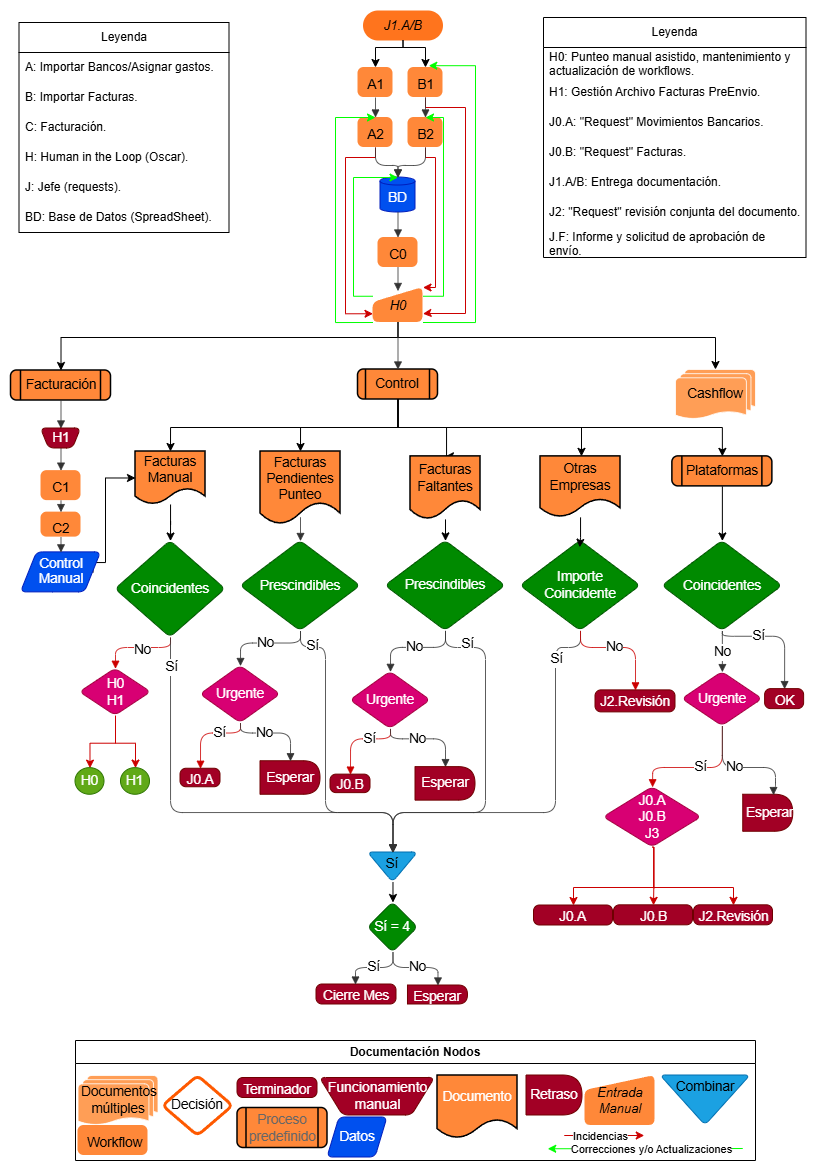
The draw.io diagram Apuntes/n8n/E2E/Flujo Datos.png in osarcuTech/TheoryTesting, before a commit. Source tidied: cells renumbered, new cells last; positions are measured from the earlier drawing's top-left corner, leaving out a move shared by most shapes.
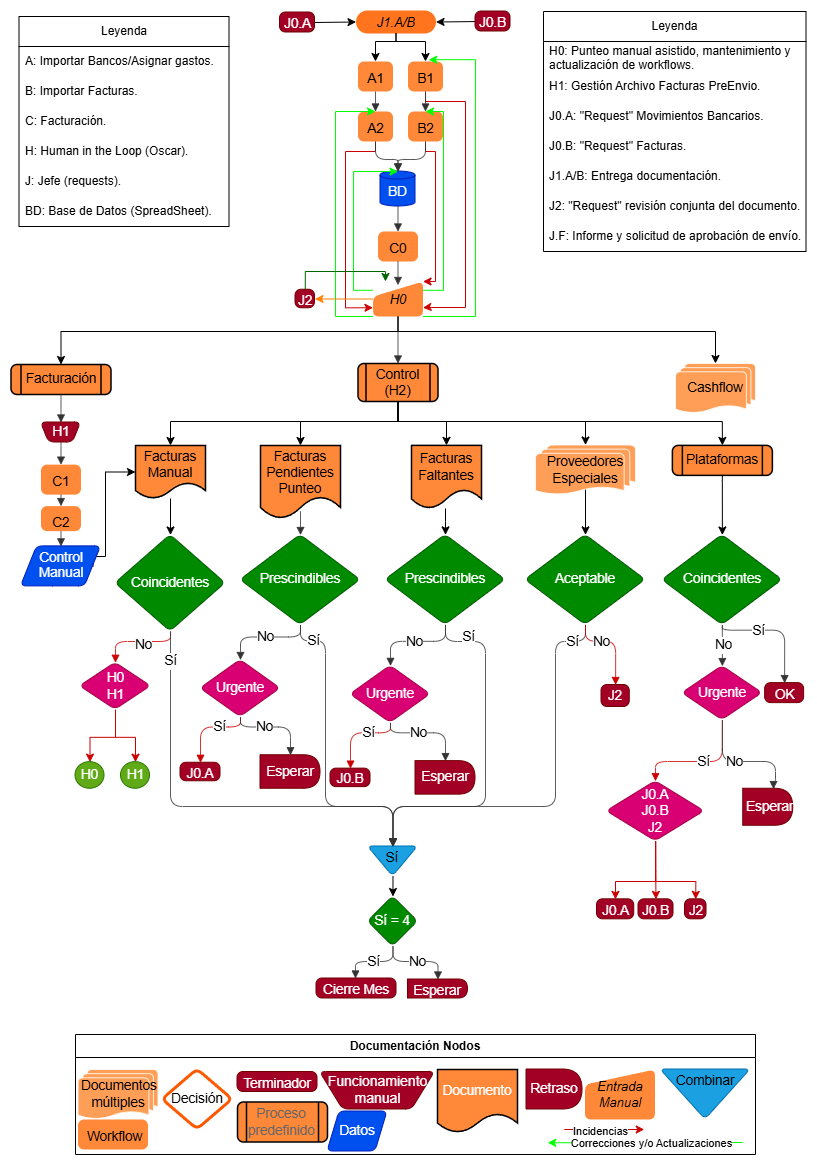
After the commit.

What changed in the source:
```diff
@@ -50,3 +50,3 @@
     <mxCell id="17" value="&lt;font style=&quot;color: light-dark(rgb(0, 0, 0), rgb(255, 255, 255));&quot;&gt;J1.A/B&lt;/font&gt;" style="html=1;overflow=block;blockSpacing=1;whiteSpace=wrap;rounded=1;arcSize=50;fontSize=13;fontColor=#ffffff;fontStyle=2;spacing=3.8;strokeOpacity=0;fillOpacity=100;fillColor=#ff741d;strokeWidth=0.8;lucidId=-.MDxyrSrIoQ;" parent="1" vertex="1">
-      <mxGeometry x="351.5" width="80" height="30" as="geometry" />
+      <mxGeometry x="344.5" y="6" width="80" height="23" as="geometry" />
     </mxCell>
@@ -124,2 +124,5 @@
     </mxCell>
+    <mxCell id="157" style="edgeStyle=orthogonalEdgeStyle;rounded=0;jettySize=auto;html=1;exitX=0;exitY=0.5;exitDx=0;exitDy=0;entryX=1;entryY=0.5;entryDx=0;entryDy=0;strokeColor=light-dark(#FF8000,#FF8000);" parent="1" edge="1" source="29" target="159">
+      <mxGeometry relative="1" as="geometry" />
+    </mxCell>
     <mxCell id="29" value="&lt;font style=&quot;color: light-dark(rgb(0, 0, 0), rgb(255, 255, 255));&quot;&gt;H0&lt;/font&gt;" style="html=1;overflow=block;blockSpacing=1;whiteSpace=wrap;shape=manualInput;size=15;fontSize=13;fontColor=#ffffff;fontStyle=2;spacing=3.8;strokeOpacity=0;fillOpacity=100;rounded=1;absoluteArcSize=1;arcSize=12;fillColor=#ff8839;strokeWidth=1.5;lucidId=HcW1woopYxNl;" parent="1" vertex="1">
@@ -146,3 +149,2 @@
           <mxPoint x="435" y="417" />
-          <mxPoint x="435" y="446" />
         </Array>
@@ -158,3 +160,3 @@
     </mxCell>
-    <mxCell id="35" style="edgeStyle=orthogonalEdgeStyle;rounded=0;jettySize=auto;html=1;exitX=0.5;exitY=1;exitDx=0;exitDy=0;entryX=0.5;entryY=0;entryDx=0;entryDy=0;" parent="1" edge="1" source="37" target="55">
+    <mxCell id="35" style="edgeStyle=orthogonalEdgeStyle;rounded=0;jettySize=auto;html=1;exitX=0.5;exitY=1;exitDx=0;exitDy=0;entryX=0.5;entryY=0;entryDx=0;entryDy=0;entryPerimeter=0;" parent="1" edge="1" source="37" target="165">
       <mxGeometry relative="1" as="geometry">
@@ -162,4 +164,3 @@
           <mxPoint x="387" y="417" />
-          <mxPoint x="570" y="417" />
-          <mxPoint x="570" y="446" />
+          <mxPoint x="574" y="417" />
         </Array>
@@ -175,4 +176,4 @@
     </mxCell>
-    <mxCell id="37" value="&lt;font style=&quot;color: light-dark(rgb(0, 0, 0), rgb(255, 255, 255));&quot;&gt;Control&lt;/font&gt;" style="html=1;overflow=block;blockSpacing=1;whiteSpace=wrap;shape=process;fontSize=13.5;fontColor=#666666;align=center;spacing=3.8;strokeOpacity=100;fillOpacity=100;rounded=1;absoluteArcSize=1;arcSize=12;fillColor=#ff8839;strokeWidth=1.5;lucidId=frW1qnWloYgw;" parent="1" vertex="1">
-      <mxGeometry x="346.5" y="359" width="80" height="30" as="geometry" />
+    <mxCell id="37" value="&lt;font style=&quot;color: light-dark(rgb(0, 0, 0), rgb(255, 255, 255));&quot;&gt;Control&lt;br&gt;(H2)&lt;/font&gt;" style="html=1;overflow=block;blockSpacing=1;whiteSpace=wrap;shape=process;fontSize=13.5;fontColor=#666666;align=center;spacing=3.8;strokeOpacity=100;fillOpacity=100;rounded=1;absoluteArcSize=1;arcSize=12;fillColor=#ff8839;strokeWidth=1.5;lucidId=frW1qnWloYgw;" parent="1" vertex="1">
+      <mxGeometry x="346.5" y="359" width="80" height="38" as="geometry" />
     </mxCell>
@@ -186,3 +187,3 @@
     <mxCell id="39" value="&lt;font style=&quot;color: light-dark(rgb(0, 0, 0), rgb(255, 255, 255));&quot;&gt;Plataformas&lt;/font&gt;" style="html=1;overflow=block;blockSpacing=1;whiteSpace=wrap;shape=process;fontSize=13.5;fontColor=#666666;align=center;spacing=3.8;strokeOpacity=100;fillOpacity=100;rounded=1;absoluteArcSize=1;arcSize=12;fillColor=#ff8839;strokeWidth=1.5;lucidId=psW1Kvg~i7yJ;" parent="1" vertex="1">
-      <mxGeometry x="660.9" y="445.9" width="100" height="30" as="geometry" />
+      <mxGeometry x="660.9" y="440.9" width="100" height="30" as="geometry" />
     </mxCell>
@@ -229,6 +230,11 @@
     <mxCell id="51" style="edgeStyle=orthogonalEdgeStyle;rounded=0;jettySize=auto;html=1;" parent="1" edge="1" source="52" target="72">
-      <mxGeometry relative="1" as="geometry" />
+      <mxGeometry relative="1" as="geometry">
+        <Array as="points">
+          <mxPoint x="434" y="517" />
+          <mxPoint x="434" y="517" />
+        </Array>
+      </mxGeometry>
     </mxCell>
     <mxCell id="52" value="&lt;font style=&quot;color: light-dark(rgb(0, 0, 0), rgb(255, 255, 255));&quot;&gt;Facturas &lt;br&gt;Faltantes&lt;/font&gt;" style="html=1;overflow=block;blockSpacing=1;whiteSpace=wrap;shape=document;boundedLbl=1;fontSize=13.5;fontColor=#666666;align=center;spacing=3.8;strokeOpacity=100;fillOpacity=100;rounded=1;absoluteArcSize=1;arcSize=12;fillColor=#ff8839;strokeWidth=1.5;lucidId=yDW1P-9DAZEy;" parent="1" vertex="1">
-      <mxGeometry x="399" y="445.9" width="70" height="63" as="geometry" />
+      <mxGeometry x="400" y="440.9" width="70" height="63" as="geometry" />
     </mxCell>
@@ -240,5 +246,2 @@
     </mxCell>
-    <mxCell id="55" value="&lt;font style=&quot;color: light-dark(rgb(0, 0, 0), rgb(255, 255, 255));&quot;&gt;Otras &lt;br&gt;Empresas&lt;/font&gt;" style="html=1;overflow=block;blockSpacing=1;whiteSpace=wrap;shape=document;boundedLbl=1;fontSize=13.5;fontColor=#666666;align=center;spacing=3.8;strokeOpacity=100;fillOpacity=100;rounded=1;absoluteArcSize=1;arcSize=12;fillColor=#ff8839;strokeWidth=1.5;lucidId=dEW1Szs8QE5p;" parent="1" vertex="1">
-      <mxGeometry x="529" y="445.9" width="80" height="61" as="geometry" />
-    </mxCell>
     <mxCell id="56" value="&lt;div style=&quot;display: flex; justify-content: center; text-align: center; align-items: baseline; line-height: 1.25; margin-top: -2px;&quot;&gt;&lt;span style=&quot;font-size: 13.5px;&quot;&gt;H1&lt;/span&gt;&lt;/div&gt;" style="html=1;overflow=block;blockSpacing=1;whiteSpace=wrap;shape=trapezoid;perimeter=trapezoidPerimeter;anchorPointDirection=0;flipV=1;fontSize=13;spacing=3.8;strokeColor=#6F0000;rounded=1;absoluteArcSize=1;arcSize=12;fillColor=#a20025;strokeWidth=NaN;lucidId=oKW1Ea5UY4b5;fontColor=#ffffff;" parent="1" vertex="1">
@@ -336,2 +339,3 @@
         <Array as="points">
+          <mxPoint x="434" y="620" />
           <mxPoint x="434" y="637" />
@@ -348,10 +352,7 @@
     </mxCell>
-    <mxCell id="77" value="Importe&lt;br&gt;Coincidente" style="html=1;overflow=block;blockSpacing=1;whiteSpace=wrap;rhombus;fontSize=13.5;align=center;spacing=3.8;strokeColor=#005700;rounded=1;absoluteArcSize=1;arcSize=12;fillColor=#008a00;strokeWidth=NaN;lucidId=HMW1gvUPRU_-;fontColor=#ffffff;" parent="1" vertex="1">
-      <mxGeometry x="509" y="530.4" width="120" height="90" as="geometry" />
+    <mxCell id="77" value="Aceptable" style="html=1;overflow=block;blockSpacing=1;whiteSpace=wrap;rhombus;fontSize=13.5;align=center;spacing=3.8;strokeColor=#005700;rounded=1;absoluteArcSize=1;arcSize=12;fillColor=#008a00;strokeWidth=NaN;lucidId=HMW1gvUPRU_-;fontColor=#ffffff;" parent="1" vertex="1">
+      <mxGeometry x="514" y="530.4" width="120" height="90" as="geometry" />
     </mxCell>
-    <mxCell id="78" style="edgeStyle=orthogonalEdgeStyle;rounded=0;jettySize=auto;html=1;entryX=0.493;entryY=0.071;entryDx=0;entryDy=0;entryPerimeter=0;" parent="1" edge="1" source="55" target="77">
-      <mxGeometry relative="1" as="geometry" />
-    </mxCell>
-    <mxCell id="79" value="J2.Revisión" style="html=1;overflow=block;blockSpacing=1;whiteSpace=wrap;fontSize=13.5;align=center;spacing=3.8;strokeColor=#6F0000;rounded=1;absoluteArcSize=1;arcSize=12;fillColor=light-dark(#A20025,#CC0000);strokeWidth=NaN;lucidId=WYW1-hWIxT65;fontColor=#ffffff;" parent="1" vertex="1">
-      <mxGeometry x="584" y="679.9" width="80" height="22" as="geometry" />
+    <mxCell id="79" value="J2" style="html=1;overflow=block;blockSpacing=1;whiteSpace=wrap;fontSize=13.5;align=center;spacing=3.8;strokeColor=#6F0000;rounded=1;absoluteArcSize=1;arcSize=12;fillColor=light-dark(#A20025,#CC0000);strokeWidth=NaN;lucidId=WYW1-hWIxT65;fontColor=#ffffff;" parent="1" vertex="1">
+      <mxGeometry x="590" y="680.5" width="28.2" height="22" as="geometry" />
     </mxCell>
@@ -360,3 +361,3 @@
         <Array as="points">
-          <mxPoint x="569" y="637" />
+          <mxPoint x="574" y="637" />
           <mxPoint x="544" y="637" />
@@ -369,3 +370,3 @@
       <mxGeometry relative="1" as="geometry">
-        <mxPoint x="1" y="-152" as="offset" />
+        <mxPoint x="16" y="-160" as="offset" />
       </mxGeometry>
@@ -375,4 +376,4 @@
         <Array as="points">
-          <mxPoint x="569" y="637" />
-          <mxPoint x="624" y="637" />
+          <mxPoint x="574" y="637" />
+          <mxPoint x="604" y="637" />
         </Array>
@@ -381,3 +382,5 @@
     <mxCell id="83" value="No" style="text;html=1;labelBackgroundColor=default;align=center;verticalAlign=middle;fontSize=13.5;" parent="82" vertex="1">
-      <mxGeometry x="-0.12" relative="1" as="geometry" />
+      <mxGeometry x="-0.12" relative="1" as="geometry">
+        <mxPoint x="-8" as="offset" />
+      </mxGeometry>
     </mxCell>
@@ -412,3 +415,4 @@
           <mxPoint x="711" y="757" />
-          <mxPoint x="641" y="757" />
+          <mxPoint x="644" y="757" />
+          <mxPoint x="644" y="777" />
         </Array>
@@ -421,8 +425,8 @@
     </mxCell>
-    <mxCell id="92" style="edgeStyle=orthogonalEdgeStyle;rounded=0;jettySize=auto;html=1;exitX=0.5;exitY=1;exitDx=0;exitDy=0;entryX=0.5;entryY=0;entryDx=0;entryDy=0;strokeColor=light-dark(#CC0000,#CC0000);fillColor=light-dark(#000000,#CC0000);" parent="1" edge="1" source="94" target="99">
+    <mxCell id="92" style="edgeStyle=orthogonalEdgeStyle;rounded=0;jettySize=auto;html=1;entryX=0.5;entryY=0;entryDx=0;entryDy=0;strokeColor=light-dark(#CC0000,#CC0000);fillColor=light-dark(#000000,#CC0000);exitX=0.5;exitY=1;exitDx=0;exitDy=0;" parent="1" edge="1" source="94" target="99">
       <mxGeometry relative="1" as="geometry">
         <Array as="points">
-          <mxPoint x="642.2" y="837" />
-          <mxPoint x="642.2" y="877" />
-          <mxPoint x="562.2" y="877" />
+          <mxPoint x="644" y="877" />
+          <mxPoint x="604" y="877" />
+          <mxPoint x="604" y="895" />
         </Array>
@@ -433,5 +437,4 @@
         <Array as="points">
-          <mxPoint x="642.2" y="837" />
-          <mxPoint x="642.2" y="877" />
-          <mxPoint x="722.2" y="877" />
+          <mxPoint x="644" y="877" />
+          <mxPoint x="684" y="877" />
         </Array>
@@ -439,4 +442,4 @@
     </mxCell>
-    <mxCell id="94" value="J0.A&lt;br&gt;J0.B&lt;br&gt;J3" style="html=1;overflow=block;blockSpacing=1;whiteSpace=wrap;rhombus;fontSize=13.5;align=center;spacing=3.8;strokeColor=#A50040;rounded=1;absoluteArcSize=1;arcSize=12;fillColor=#d80073;strokeWidth=NaN;lucidId=46W13qDdThRs;fontColor=#ffffff;" parent="1" vertex="1">
-      <mxGeometry x="592.2" y="776.8" width="97.8" height="60" as="geometry" />
+    <mxCell id="94" value="J0.A&lt;br&gt;J0.B&lt;br&gt;J2" style="html=1;overflow=block;blockSpacing=1;whiteSpace=wrap;rhombus;fontSize=13.5;align=center;spacing=3.8;strokeColor=#A50040;rounded=1;absoluteArcSize=1;arcSize=12;fillColor=#d80073;strokeWidth=NaN;lucidId=46W13qDdThRs;fontColor=#ffffff;" parent="1" vertex="1">
+      <mxGeometry x="595.2" y="776.8" width="97.8" height="60" as="geometry" />
     </mxCell>
@@ -468,9 +471,9 @@
     <mxCell id="99" value="J0.A" style="html=1;overflow=block;blockSpacing=1;whiteSpace=wrap;fontSize=13.5;align=center;spacing=3.8;strokeColor=#6F0000;rounded=1;absoluteArcSize=1;arcSize=12;fillColor=light-dark(#A20025,#CC0000);strokeWidth=NaN;lucidId=WYW1-hWIxT65;fontColor=#ffffff;" parent="1" vertex="1">
-      <mxGeometry x="522.5" y="895" width="79" height="20" as="geometry" />
+      <mxGeometry x="585.5" y="894.8" width="37.2" height="20" as="geometry" />
     </mxCell>
     <mxCell id="100" value="J0.B" style="html=1;overflow=block;blockSpacing=1;whiteSpace=wrap;fontSize=13.5;align=center;spacing=3.8;strokeColor=#6F0000;rounded=1;absoluteArcSize=1;arcSize=12;fillColor=light-dark(#A20025,#CC0000);strokeWidth=NaN;lucidId=WYW1-hWIxT65;fontColor=#ffffff;" parent="1" vertex="1">
-      <mxGeometry x="602.5" y="894.8" width="79" height="20" as="geometry" />
+      <mxGeometry x="627" y="894.8" width="35" height="20" as="geometry" />
     </mxCell>
-    <mxCell id="101" value="J2.Revisión" style="html=1;overflow=block;blockSpacing=1;whiteSpace=wrap;fontSize=13.5;align=center;spacing=3.8;strokeColor=#6F0000;rounded=1;absoluteArcSize=1;arcSize=12;fillColor=light-dark(#A20025,#CC0000);strokeWidth=NaN;lucidId=WYW1-hWIxT65;fontColor=#ffffff;" parent="1" vertex="1">
-      <mxGeometry x="682.5" y="894.8" width="79" height="20" as="geometry" />
+    <mxCell id="101" value="J2" style="html=1;overflow=block;blockSpacing=1;whiteSpace=wrap;fontSize=13.5;align=center;spacing=3.8;strokeColor=#6F0000;rounded=1;absoluteArcSize=1;arcSize=12;fillColor=light-dark(#A20025,#CC0000);strokeWidth=NaN;lucidId=WYW1-hWIxT65;fontColor=#ffffff;" parent="1" vertex="1">
+      <mxGeometry x="673.5" y="894.8" width="21.5" height="20" as="geometry" />
     </mxCell>
@@ -604,3 +607,3 @@
         <Array as="points">
-          <mxPoint x="392" y="37" />
+          <mxPoint x="384" y="37" />
           <mxPoint x="414" y="37" />
@@ -612,3 +615,3 @@
         <Array as="points">
-          <mxPoint x="392" y="37" />
+          <mxPoint x="384" y="37" />
           <mxPoint x="364" y="37" />
@@ -638,4 +641,4 @@
         <Array as="points">
-          <mxPoint x="642.2" y="837" />
-          <mxPoint x="642.2" y="878" />
+          <mxPoint x="644" y="867" />
+          <mxPoint x="645" y="867" />
         </Array>
@@ -732,2 +735,40 @@
     </mxCell>
+    <mxCell id="158" style="edgeStyle=orthogonalEdgeStyle;rounded=0;jettySize=auto;html=1;exitX=0.5;exitY=0;exitDx=0;exitDy=0;entryX=0.25;entryY=0;entryDx=0;entryDy=0;strokeColor=light-dark(#006600,#006600);" parent="1" edge="1" source="159" target="29">
+      <mxGeometry relative="1" as="geometry">
+        <Array as="points">
+          <mxPoint x="294" y="267" />
+          <mxPoint x="374" y="267" />
+        </Array>
+      </mxGeometry>
+    </mxCell>
+    <mxCell id="159" value="J2" style="html=1;overflow=block;blockSpacing=1;whiteSpace=wrap;fontSize=13.5;align=center;spacing=3.8;strokeColor=#6F0000;rounded=1;absoluteArcSize=1;arcSize=12;fillColor=light-dark(#A20025,#CC0000);strokeWidth=NaN;lucidId=WYW1-hWIxT65;fontColor=#ffffff;" parent="1" vertex="1">
+      <mxGeometry x="284" y="285.2" width="19.5" height="18.5" as="geometry" />
+    </mxCell>
+    <mxCell id="160" style="edgeStyle=orthogonalEdgeStyle;rounded=0;jettySize=auto;html=1;exitX=0;exitY=0.5;exitDx=0;exitDy=0;entryX=1;entryY=0.5;entryDx=0;entryDy=0;" parent="1" edge="1" source="161" target="17">
+      <mxGeometry relative="1" as="geometry">
+        <Array as="points">
+          <mxPoint x="469" y="17" />
+          <mxPoint x="464" y="17" />
+        </Array>
+      </mxGeometry>
+    </mxCell>
+    <mxCell id="161" value="J0.B" style="html=1;overflow=block;blockSpacing=1;whiteSpace=wrap;fontSize=13.5;align=center;spacing=3.8;strokeColor=#6F0000;rounded=1;absoluteArcSize=1;arcSize=12;fillColor=light-dark(#A20025,#CC0000);strokeWidth=NaN;lucidId=WYW1-hWIxT65;fontColor=#ffffff;" parent="1" vertex="1">
+      <mxGeometry x="464" y="7" width="35" height="20" as="geometry" />
+    </mxCell>
+    <mxCell id="162" style="edgeStyle=orthogonalEdgeStyle;rounded=0;jettySize=auto;html=1;exitX=1;exitY=0.5;exitDx=0;exitDy=0;entryX=0;entryY=0.5;entryDx=0;entryDy=0;" parent="1" edge="1" source="163" target="17">
+      <mxGeometry relative="1" as="geometry">
+        <Array as="points">
+          <mxPoint x="304" y="17" />
+        </Array>
+      </mxGeometry>
+    </mxCell>
+    <mxCell id="163" value="J0.A" style="html=1;overflow=block;blockSpacing=1;whiteSpace=wrap;fontSize=13.5;align=center;spacing=3.8;strokeColor=#6F0000;rounded=1;absoluteArcSize=1;arcSize=12;fillColor=light-dark(#A20025,#CC0000);strokeWidth=NaN;lucidId=WYW1-hWIxT65;fontColor=#ffffff;" parent="1" vertex="1">
+      <mxGeometry x="268.5" y="8" width="35" height="20" as="geometry" />
+    </mxCell>
+    <mxCell id="164" style="edgeStyle=orthogonalEdgeStyle;rounded=0;jettySize=auto;html=1;exitX=0.5;exitY=0.88;exitDx=0;exitDy=0;exitPerimeter=0;entryX=0.5;entryY=0;entryDx=0;entryDy=0;" parent="1" edge="1" source="165" target="77">
+      <mxGeometry relative="1" as="geometry" />
+    </mxCell>
+    <mxCell id="165" value="Proveedores&lt;div&gt;Especiales&lt;/div&gt;" style="html=1;overflow=block;blockSpacing=1;whiteSpace=wrap;shape=mxgraph.flowchart.multi-document;fontSize=13.5;align=center;spacing=3.8;strokeColor=#ffffff;strokeOpacity=100;fillOpacity=100;rounded=1;absoluteArcSize=1;arcSize=12;fillColor=#ff9e56;strokeWidth=0.8;lucidId=6qa2kPZ4ZO-Z;" parent="1" vertex="1">
+      <mxGeometry x="524" y="440.5" width="100" height="50" as="geometry" />
+    </mxCell>
   </root>
```
